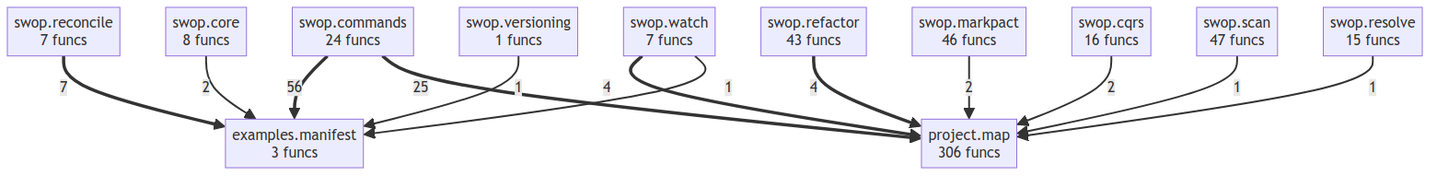
This is project/compact_flow.png from semcod/swop, a Mermaid export, as it was before one commit. Its source is kept beside it as project/compact_flow.mmd.
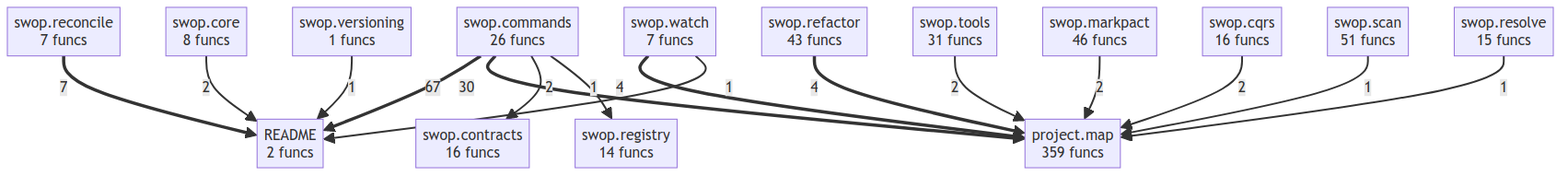
After the commit.

The edit, as a diff of the source:
```diff
@@ -1,25 +1,31 @@
 flowchart TD
-    examples__manifest["examples.manifest<br/>3 funcs"]
-    project__map["project.map<br/>306 funcs"]
-    swop__commands["swop.commands<br/>24 funcs"]
+    README["README<br/>2 funcs"]
+    project__map["project.map<br/>359 funcs"]
+    swop__commands["swop.commands<br/>26 funcs"]
+    swop__contracts["swop.contracts<br/>16 funcs"]
     swop__core["swop.core<br/>8 funcs"]
     swop__cqrs["swop.cqrs<br/>16 funcs"]
     swop__markpact["swop.markpact<br/>46 funcs"]
     swop__reconcile["swop.reconcile<br/>7 funcs"]
     swop__refactor["swop.refactor<br/>43 funcs"]
+    swop__registry["swop.registry<br/>14 funcs"]
     swop__resolve["swop.resolve<br/>15 funcs"]
-    swop__scan["swop.scan<br/>47 funcs"]
+    swop__scan["swop.scan<br/>51 funcs"]
+    swop__tools["swop.tools<br/>31 funcs"]
     swop__versioning["swop.versioning<br/>1 funcs"]
     swop__watch["swop.watch<br/>7 funcs"]
-    swop__commands ==>|56| examples__manifest
-    swop__commands ==>|25| project__map
-    swop__reconcile ==>|7| examples__manifest
+    swop__commands ==>|67| README
+    swop__commands ==>|30| project__map
+    swop__reconcile ==>|7| README
     swop__refactor ==>|4| project__map
     swop__watch ==>|4| project__map
-    swop__core -->|2| examples__manifest
+    swop__core -->|2| README
+    swop__tools -->|2| project__map
     swop__markpact -->|2| project__map
     swop__cqrs -->|2| project__map
-    swop__versioning -->|1| examples__manifest
+    swop__commands -->|2| swop__contracts
+    swop__versioning -->|1| README
     swop__scan -->|1| project__map
-    swop__watch -->|1| examples__manifest
+    swop__watch -->|1| README
     swop__resolve -->|1| project__map
+    swop__commands -->|1| swop__registry
```
